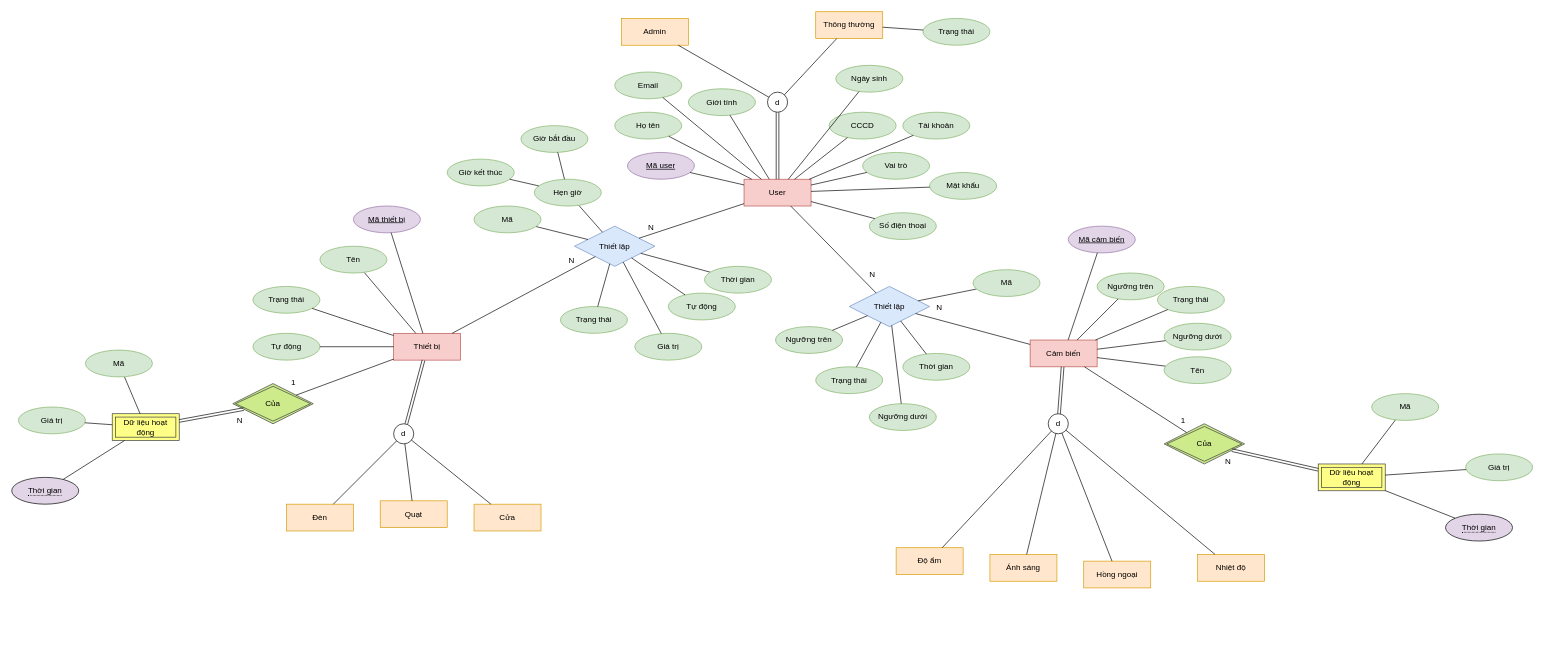
The draw.io diagram page "Main" (1 of 2) of Week 3/ERD.drawio in astr0tas/Smart-Home-CNPM, before the edit. Source tidied: cells renumbered, new cells numbered last; positions are measured from the earlier drawing's top-left corner, leaving out a move shared by most shapes. Both pictures are drawn from the tidied source at 67%, with x=0, y=0 at pixel (11, 11).
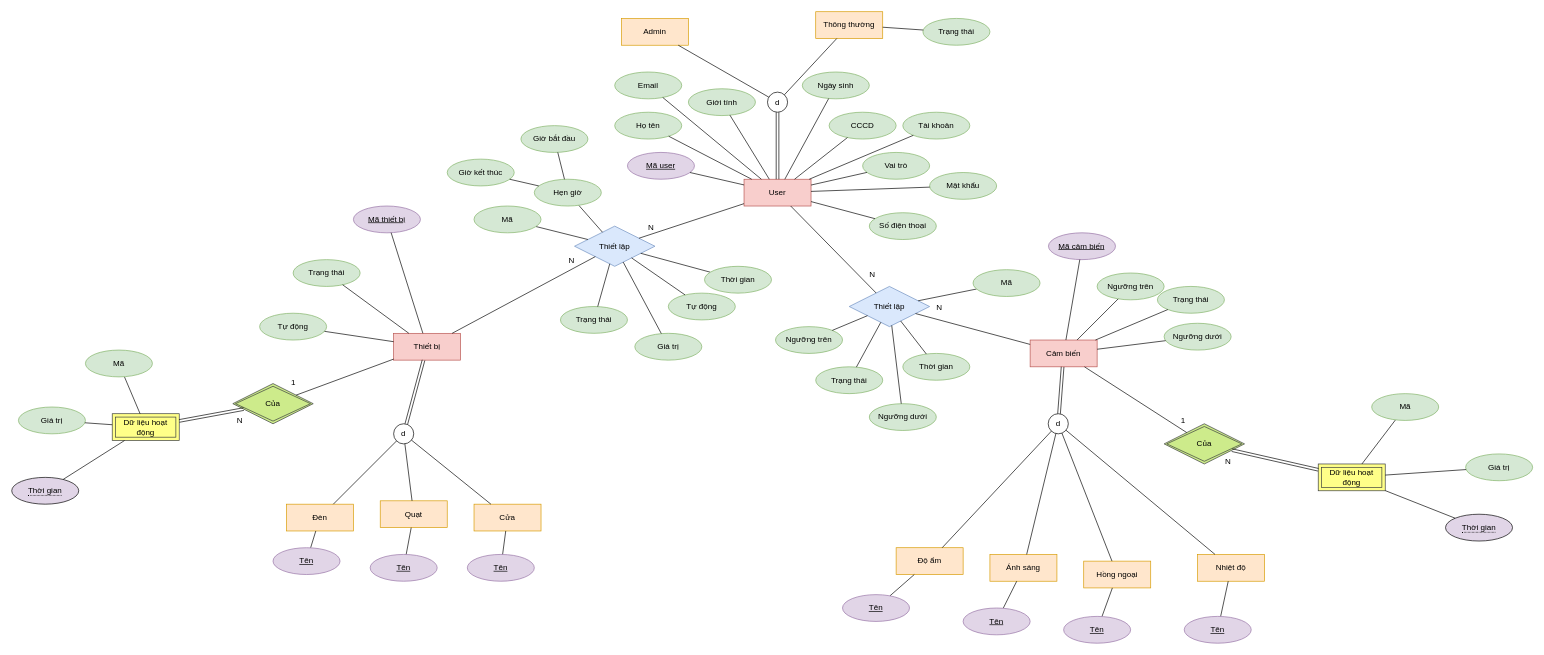
The same page after the edit.

The change refers to these unchanged cells:
```xml
<mxCell id="9" value="Thiết bị" style="whiteSpace=wrap;html=1;align=center;fillColor=#f8cecc;strokeColor=#b85450;" parent="1" vertex="1">
  <mxGeometry x="570" y="480" width="100" height="40" as="geometry" />
</mxCell>
<mxCell id="10" value="Quạt" style="whiteSpace=wrap;html=1;align=center;fillColor=#ffe6cc;strokeColor=#d79b00;" parent="1" vertex="1">
  <mxGeometry x="550" y="730" width="100" height="40" as="geometry" />
</mxCell>
<mxCell id="11" value="Đèn" style="whiteSpace=wrap;html=1;align=center;fillColor=#ffe6cc;strokeColor=#d79b00;" parent="1" vertex="1">
  <mxGeometry x="410" y="735" width="100" height="40" as="geometry" />
</mxCell>
<mxCell id="16" value="Cảm biến" style="whiteSpace=wrap;html=1;align=center;fillColor=#f8cecc;strokeColor=#b85450;" parent="1" vertex="1">
  <mxGeometry x="1520" y="490" width="100" height="40" as="geometry" />
</mxCell>
<mxCell id="17" value="Nhiệt độ" style="whiteSpace=wrap;html=1;align=center;fillColor=#ffe6cc;strokeColor=#d79b00;" parent="1" vertex="1">
  <mxGeometry x="1770" y="810" width="100" height="40" as="geometry" />
</mxCell>
<mxCell id="18" value="Hồng ngoại" style="whiteSpace=wrap;html=1;align=center;fillColor=#ffe6cc;strokeColor=#d79b00;" parent="1" vertex="1">
  <mxGeometry x="1600" y="820" width="100" height="40" as="geometry" />
</mxCell>
<mxCell id="23" value="Cửa" style="whiteSpace=wrap;html=1;align=center;fillColor=#ffe6cc;strokeColor=#d79b00;" parent="1" vertex="1">
  <mxGeometry x="690" y="735" width="100" height="40" as="geometry" />
</mxCell>
<mxCell id="25" value="Độ ẩm" style="whiteSpace=wrap;html=1;align=center;fillColor=#ffe6cc;strokeColor=#d79b00;" parent="1" vertex="1">
  <mxGeometry x="1320" y="800" width="100" height="40" as="geometry" />
</mxCell>
<mxCell id="26" value="Ánh sáng" style="whiteSpace=wrap;html=1;align=center;fillColor=#ffe6cc;strokeColor=#d79b00;" parent="1" vertex="1">
  <mxGeometry x="1460" y="810" width="100" height="40" as="geometry" />
</mxCell>
```

The edit, as a diff of the source:
```diff
@@
     <mxCell id="33" value="Ngày sinh" style="ellipse;whiteSpace=wrap;html=1;align=center;fillColor=#d5e8d4;strokeColor=#82b366;" parent="1" vertex="1">
-      <mxGeometry x="1230" y="80" width="100" height="40" as="geometry" />
+      <mxGeometry x="1180" y="90" width="100" height="40" as="geometry" />
     </mxCell>
@@
     <mxCell id="53" value="Mã cảm biến" style="ellipse;whiteSpace=wrap;html=1;align=center;fontStyle=4;fillColor=#E1D5E7;strokeColor=#9673a6;" parent="1" vertex="1">
-      <mxGeometry x="1577" y="320" width="100" height="40" as="geometry" />
+      <mxGeometry x="1547.4" y="330" width="100" height="40" as="geometry" />
     </mxCell>
@@
-    <mxCell id="56" style="endArrow=none;html=1;rounded=0;" parent="1" edge="1" source="9" target="57">
-      <mxGeometry relative="1" as="geometry" />
-    </mxCell>
-    <mxCell id="57" value="Tên" style="ellipse;whiteSpace=wrap;html=1;align=center;fillColor=#d5e8d4;strokeColor=#82b366;" parent="1" vertex="1">
-      <mxGeometry x="460" y="350" width="100" height="40" as="geometry" />
-    </mxCell>
-    <mxCell id="58" style="endArrow=none;html=1;rounded=0;" parent="1" edge="1" source="16" target="59">
+    <mxCell id="58" style="endArrow=none;html=1;rounded=0;" parent="1" edge="1" source="25" target="138">
       <mxGeometry relative="1" as="geometry" />
     </mxCell>
-    <mxCell id="59" value="Tên" style="ellipse;whiteSpace=wrap;html=1;align=center;fillColor=#d5e8d4;strokeColor=#82b366;" parent="1" vertex="1">
-      <mxGeometry x="1720" y="515" width="100" height="40" as="geometry" />
-    </mxCell>
@@
     <mxCell id="84" value="Tự động" style="ellipse;whiteSpace=wrap;html=1;align=center;fillColor=#d5e8d4;strokeColor=#82b366;" parent="1" vertex="1">
-      <mxGeometry x="360" y="480" width="100" height="40" as="geometry" />
+      <mxGeometry x="370" y="450" width="100" height="40" as="geometry" />
     </mxCell>
     <mxCell id="85" value="Trạng thái" style="ellipse;whiteSpace=wrap;html=1;align=center;fillColor=#d5e8d4;strokeColor=#82b366;" parent="1" vertex="1">
-      <mxGeometry x="360" y="410" width="100" height="40" as="geometry" />
+      <mxGeometry x="420" y="370" width="100" height="40" as="geometry" />
     </mxCell>
@@
+    <mxCell id="129" style="endArrow=none;html=1;rounded=0;" parent="1" edge="1" source="26" target="139">
+      <mxGeometry relative="1" as="geometry" />
+    </mxCell>
+    <mxCell id="130" style="endArrow=none;html=1;rounded=0;" parent="1" edge="1" source="18" target="140">
+      <mxGeometry relative="1" as="geometry" />
+    </mxCell>
+    <mxCell id="131" style="endArrow=none;html=1;rounded=0;" parent="1" edge="1" source="17" target="141">
+      <mxGeometry relative="1" as="geometry" />
+    </mxCell>
+    <mxCell id="132" style="endArrow=none;html=1;rounded=0;" parent="1" edge="1" source="11" target="135">
+      <mxGeometry relative="1" as="geometry" />
+    </mxCell>
+    <mxCell id="133" style="endArrow=none;html=1;rounded=0;" parent="1" edge="1" source="10" target="136">
+      <mxGeometry relative="1" as="geometry" />
+    </mxCell>
+    <mxCell id="134" style="endArrow=none;html=1;rounded=0;" parent="1" edge="1" source="23" target="137">
+      <mxGeometry relative="1" as="geometry" />
+    </mxCell>
+    <mxCell id="135" value="Tên" style="ellipse;whiteSpace=wrap;html=1;align=center;fontStyle=4;fillColor=#e1d5e7;strokeColor=#9673a6;" parent="1" vertex="1">
+      <mxGeometry x="390" y="800" width="100" height="40" as="geometry" />
+    </mxCell>
+    <mxCell id="136" value="Tên" style="ellipse;whiteSpace=wrap;html=1;align=center;fontStyle=4;fillColor=#e1d5e7;strokeColor=#9673a6;" parent="1" vertex="1">
+      <mxGeometry x="535" y="810" width="100" height="40" as="geometry" />
+    </mxCell>
+    <mxCell id="137" value="Tên" style="ellipse;whiteSpace=wrap;html=1;align=center;fontStyle=4;fillColor=#e1d5e7;strokeColor=#9673a6;" parent="1" vertex="1">
+      <mxGeometry x="680" y="810" width="100" height="40" as="geometry" />
+    </mxCell>
+    <mxCell id="138" value="Tên" style="ellipse;whiteSpace=wrap;html=1;align=center;fontStyle=4;fillColor=#e1d5e7;strokeColor=#9673a6;" parent="1" vertex="1">
+      <mxGeometry x="1240" y="870" width="100" height="40" as="geometry" />
+    </mxCell>
+    <mxCell id="139" value="Tên" style="ellipse;whiteSpace=wrap;html=1;align=center;fontStyle=4;fillColor=#e1d5e7;strokeColor=#9673a6;" parent="1" vertex="1">
+      <mxGeometry x="1420" y="890" width="100" height="40" as="geometry" />
+    </mxCell>
+    <mxCell id="140" value="Tên" style="ellipse;whiteSpace=wrap;html=1;align=center;fontStyle=4;fillColor=#e1d5e7;strokeColor=#9673a6;" parent="1" vertex="1">
+      <mxGeometry x="1570" y="902.5" width="100" height="40" as="geometry" />
+    </mxCell>
+    <mxCell id="141" value="Tên" style="ellipse;whiteSpace=wrap;html=1;align=center;fontStyle=4;fillColor=#e1d5e7;strokeColor=#9673a6;" parent="1" vertex="1">
+      <mxGeometry x="1750" y="902.5" width="100" height="40" as="geometry" />
+    </mxCell>
```
